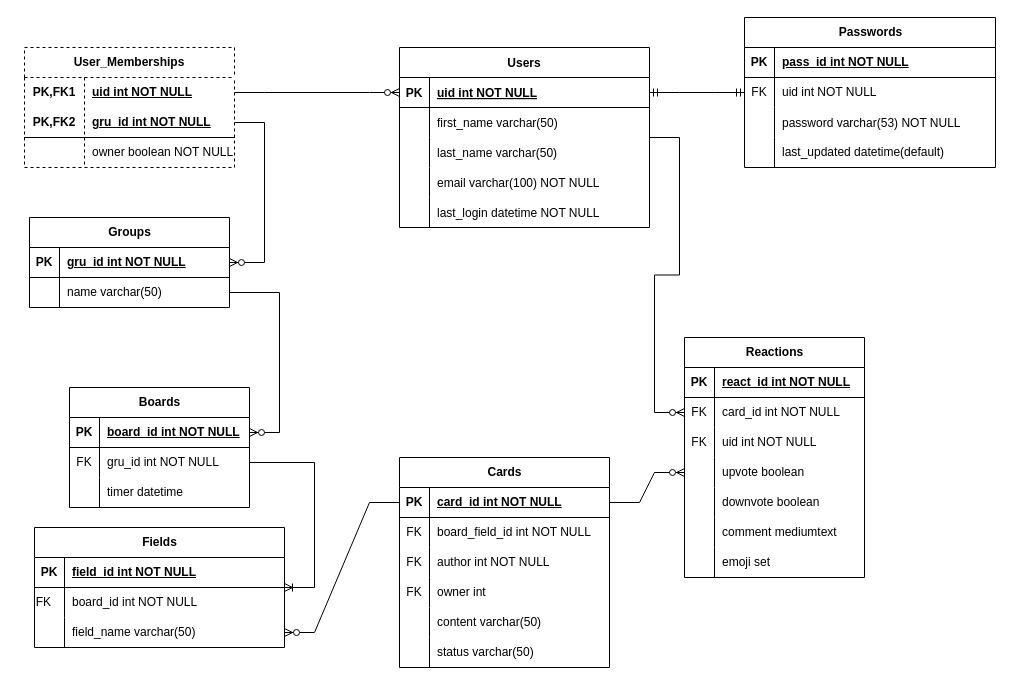
The draw.io diagram .diagrams/ERD_hindsite.drawio in Bilgecrank/hindsite, before the edit. Source tidied: cells renumbered, new cells numbered last; positions are measured from the earlier drawing's top-left corner, leaving out a move shared by most shapes. Both pictures are drawn from the tidied source at 100%, with x=0, y=0 at pixel (-181, 17).
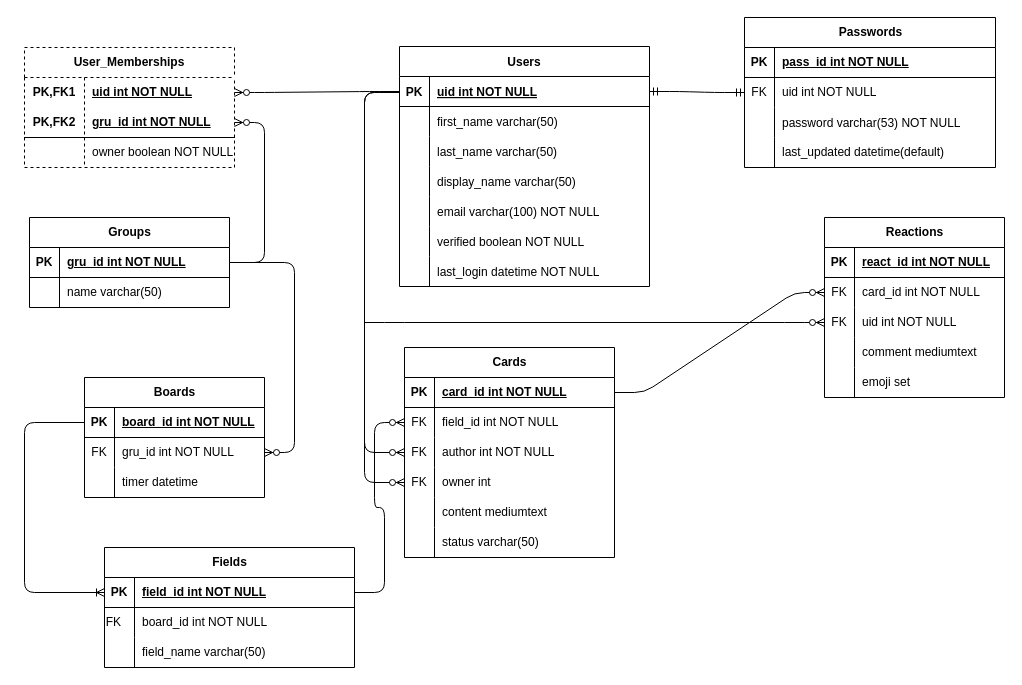
The same page after the edit.

The change refers to these unchanged cells:
```xml
<mxCell id="3" style="shape=partialRectangle;fillColor=none;points=[[0,0.5],[1,0.5]];portConstraint=eastwest;top=0;left=0;right=0;bottom=1;" parent="2" vertex="1">
  <mxGeometry y="30" width="250" height="30" as="geometry" />
</mxCell>
<mxCell id="19" style="shape=tableRow;horizontal=0;startSize=0;swimlaneHead=0;swimlaneBody=0;fillColor=none;points=[[0,0.5],[1,0.5]];portConstraint=eastwest;top=0;left=0;right=0;bottom=1;" parent="18" vertex="1">
  <mxGeometry y="30" width="200" height="30" as="geometry" />
</mxCell>
<mxCell id="22" style="shape=tableRow;horizontal=0;startSize=0;swimlaneHead=0;swimlaneBody=0;fillColor=none;points=[[0,0.5],[1,0.5]];portConstraint=eastwest;top=0;left=0;right=0;bottom=0;" parent="18" vertex="1">
  <mxGeometry y="60" width="200" height="30" as="geometry" />
</mxCell>
<mxCell id="27" value="Passwords" style="shape=table;startSize=30;childLayout=tableLayout;rowLines=0;fontStyle=1;align=center;html=1;" parent="1" vertex="1">
  <mxGeometry x="925" width="251" height="150" as="geometry" />
</mxCell>
<mxCell id="42" style="shape=tableRow;horizontal=0;startSize=0;swimlaneHead=0;swimlaneBody=0;fillColor=none;points=[[0,0.5],[1,0.5]];portConstraint=eastwest;top=0;left=0;right=0;bottom=0;html=1;" parent="41" vertex="1">
  <mxGeometry y="30" width="210" height="30" as="geometry" />
</mxCell>
<mxCell id="45" style="shape=tableRow;horizontal=0;startSize=0;swimlaneHead=0;swimlaneBody=0;fillColor=none;points=[[0,0.5],[1,0.5]];portConstraint=eastwest;top=0;left=0;right=0;bottom=1;html=1;" parent="41" vertex="1">
  <mxGeometry y="60" width="210" height="30" as="geometry" />
</mxCell>
<mxCell id="52" style="shape=tableRow;horizontal=0;startSize=0;swimlaneHead=0;swimlaneBody=0;fillColor=none;points=[[0,0.5],[1,0.5]];portConstraint=eastwest;top=0;left=0;right=0;bottom=1;" parent="51" vertex="1">
  <mxGeometry y="30" width="180" height="30" as="geometry" />
</mxCell>
<mxCell id="55" style="shape=tableRow;horizontal=0;startSize=0;swimlaneHead=0;swimlaneBody=0;fillColor=none;points=[[0,0.5],[1,0.5]];portConstraint=eastwest;top=0;left=0;right=0;bottom=0;" parent="51" vertex="1">
  <mxGeometry y="60" width="180" height="30" as="geometry" />
</mxCell>
<mxCell id="62" style="shape=tableRow;horizontal=0;startSize=0;swimlaneHead=0;swimlaneBody=0;fillColor=none;points=[[0,0.5],[1,0.5]];portConstraint=eastwest;top=0;left=0;right=0;bottom=1;" parent="61" vertex="1">
  <mxGeometry y="30" width="210" height="30" as="geometry" />
</mxCell>
<mxCell id="65" style="shape=tableRow;horizontal=0;startSize=0;swimlaneHead=0;swimlaneBody=0;fillColor=none;points=[[0,0.5],[1,0.5]];portConstraint=eastwest;top=0;left=0;right=0;bottom=0;" parent="61" vertex="1">
  <mxGeometry y="60" width="210" height="30" as="geometry" />
</mxCell>
<mxCell id="68" style="shape=tableRow;horizontal=0;startSize=0;swimlaneHead=0;swimlaneBody=0;fillColor=none;points=[[0,0.5],[1,0.5]];portConstraint=eastwest;top=0;left=0;right=0;bottom=0;" parent="61" vertex="1">
  <mxGeometry y="90" width="210" height="30" as="geometry" />
</mxCell>
<mxCell id="71" style="shape=tableRow;horizontal=0;startSize=0;swimlaneHead=0;swimlaneBody=0;fillColor=none;points=[[0,0.5],[1,0.5]];portConstraint=eastwest;top=0;left=0;right=0;bottom=0;" parent="61" vertex="1">
  <mxGeometry y="120" width="210" height="30" as="geometry" />
</mxCell>
<mxCell id="74" style="shape=tableRow;horizontal=0;startSize=0;swimlaneHead=0;swimlaneBody=0;fillColor=none;top=0;left=0;right=0;bottom=0;" parent="61" vertex="1">
  <mxGeometry y="150" width="210" height="30" as="geometry" />
</mxCell>
<mxCell id="81" style="shape=tableRow;horizontal=0;startSize=0;swimlaneHead=0;swimlaneBody=0;fillColor=none;points=[[0,0.5],[1,0.5]];portConstraint=eastwest;top=0;left=0;right=0;bottom=1;" parent="80" vertex="1">
  <mxGeometry y="30" width="250" height="30" as="geometry" />
</mxCell>
<mxCell id="87" style="shape=tableRow;horizontal=0;startSize=0;swimlaneHead=0;swimlaneBody=0;fillColor=none;points=[[0,0.5],[1,0.5]];portConstraint=eastwest;top=0;left=0;right=0;bottom=0;" parent="80" vertex="1">
  <mxGeometry y="90" width="250" height="30" as="geometry" />
</mxCell>
<mxCell id="97" style="shape=tableRow;horizontal=0;startSize=0;swimlaneHead=0;swimlaneBody=0;fillColor=none;points=[[0,0.5],[1,0.5]];portConstraint=eastwest;top=0;left=0;right=0;bottom=0;" parent="93" vertex="1">
  <mxGeometry y="60" width="180" height="30" as="geometry" />
</mxCell>
<mxCell id="100" style="shape=tableRow;horizontal=0;startSize=0;swimlaneHead=0;swimlaneBody=0;fillColor=none;points=[[0,0.5],[1,0.5]];portConstraint=eastwest;top=0;left=0;right=0;bottom=0;" parent="93" vertex="1">
  <mxGeometry y="90" width="180" height="30" as="geometry" />
</mxCell>
```

Change to the diagram source:
```diff
@@
     <mxCell id="2" value="Users" style="shape=table;startSize=30;childLayout=tableLayout;rowLines=0;fontStyle=1;align=center;" parent="1" vertex="1">
-      <mxGeometry x="580" y="30" width="250" height="180" as="geometry" />
+      <mxGeometry x="580" y="29" width="250" height="240" as="geometry" />
     </mxCell>
@@
+    <mxCell id="117" style="shape=partialRectangle;fillColor=none;top=0;left=0;right=0;bottom=0;" parent="2" vertex="1">
+      <mxGeometry y="120" width="250" height="30" as="geometry" />
+    </mxCell>
+    <mxCell id="118" style="shape=partialRectangle;overflow=hidden;fillColor=none;top=0;left=0;bottom=0;right=0;" parent="117" vertex="1">
+      <mxGeometry width="30" height="30" as="geometry" />
+    </mxCell>
+    <mxCell id="119" value="display_name varchar(50)" style="shape=partialRectangle;overflow=hidden;fillColor=none;top=0;left=0;bottom=0;right=0;align=left;spacingLeft=6;" parent="117" vertex="1">
+      <mxGeometry x="30" width="220" height="30" as="geometry" />
+    </mxCell>
     <mxCell id="12" style="shape=partialRectangle;fillColor=none;top=0;left=0;right=0;bottom=0;" parent="2" vertex="1">
-      <mxGeometry y="120" width="250" height="30" as="geometry" />
+      <mxGeometry y="150" width="250" height="30" as="geometry" />
     </mxCell>
@@
     <mxCell id="15" style="shape=partialRectangle;fillColor=none;top=0;left=0;right=0;bottom=0;" parent="2" vertex="1">
-      <mxGeometry y="150" width="250" height="30" as="geometry" />
+      <mxGeometry y="180" width="250" height="30" as="geometry" />
     </mxCell>
@@
-    <mxCell id="17" value="last_login datetime NOT NULL" style="shape=partialRectangle;overflow=hidden;fillColor=none;top=0;left=0;bottom=0;right=0;align=left;spacingLeft=6;" parent="15" vertex="1">
+    <mxCell id="17" value="verified boolean NOT NULL" style="shape=partialRectangle;overflow=hidden;fillColor=none;top=0;left=0;bottom=0;right=0;align=left;spacingLeft=6;" parent="15" vertex="1">
       <mxGeometry x="30" width="220" height="30" as="geometry" />
     </mxCell>
+    <mxCell id="120" style="shape=partialRectangle;fillColor=none;top=0;left=0;right=0;bottom=0;" parent="2" vertex="1">
+      <mxGeometry y="210" width="250" height="30" as="geometry" />
+    </mxCell>
+    <mxCell id="121" value="    " style="shape=partialRectangle;overflow=hidden;fillColor=none;top=0;left=0;bottom=0;right=0;" parent="120" vertex="1">
+      <mxGeometry width="30" height="30" as="geometry" />
+    </mxCell>
+    <mxCell id="122" value="last_login datetime NOT NULL" style="shape=partialRectangle;overflow=hidden;fillColor=none;top=0;left=0;bottom=0;right=0;align=left;spacingLeft=6;" parent="120" vertex="1">
+      <mxGeometry x="30" width="220" height="30" as="geometry" />
+    </mxCell>
@@
-    <mxCell id="25" style="edgeStyle=entityRelationEdgeStyle;fontSize=12;html=1;endArrow=ERzeroToMany;endFill=1;rounded=0;" parent="1" edge="1" source="42" target="3">
+    <mxCell id="25" style="edgeStyle=entityRelationEdgeStyle;fontSize=12;html=1;endArrow=ERzeroToMany;endFill=1;rounded=1;curved=0;" parent="1" edge="1" source="3" target="42">
       <mxGeometry relative="1" as="geometry">
         <Array as="points">
           <mxPoint x="517.8" y="345" />
           <mxPoint x="925" y="425" />
           <mxPoint x="237.8" y="360" />
           <mxPoint x="147.8" y="420" />
           <mxPoint x="127.8" y="420" />
           <mxPoint x="227.8" y="340" />
           <mxPoint x="247.8" y="310" />
         </Array>
       </mxGeometry>
     </mxCell>
-    <mxCell id="26" style="edgeStyle=entityRelationEdgeStyle;fontSize=12;html=1;endArrow=ERzeroToMany;endFill=1;rounded=0;" parent="1" edge="1" source="45" target="19">
+    <mxCell id="26" style="edgeStyle=entityRelationEdgeStyle;fontSize=12;html=1;endArrow=ERzeroToMany;endFill=1;rounded=1;curved=0;" parent="1" edge="1" source="19" target="45">
       <mxGeometry relative="1" as="geometry" />
     </mxCell>
@@
-    <mxCell id="40" style="edgeStyle=entityRelationEdgeStyle;fontSize=12;html=1;endArrow=ERmandOne;startArrow=ERmandOne;rounded=0;" parent="1" edge="1" source="3" target="27">
+    <mxCell id="40" style="edgeStyle=entityRelationEdgeStyle;fontSize=12;html=1;endArrow=ERmandOne;startArrow=ERmandOne;rounded=1;curved=0;" parent="1" edge="1" source="3" target="27">
       <mxGeometry relative="1" as="geometry">
         <Array as="points">
           <mxPoint x="885" y="40" />
           <mxPoint x="841" y="70" />
         </Array>
       </mxGeometry>
     </mxCell>
@@
     <mxCell id="51" value="Boards" style="shape=table;startSize=30;childLayout=tableLayout;rowLines=0;fontStyle=1;align=center;html=1;" parent="1" vertex="1">
-      <mxGeometry x="250" y="370" width="180" height="120" as="geometry" />
+      <mxGeometry x="265" y="360" width="180" height="120" as="geometry" />
     </mxCell>
@@
     <mxCell id="61" value="Cards" style="shape=table;startSize=30;childLayout=tableLayout;rowLines=0;fontStyle=1;align=center;html=1;" parent="1" vertex="1">
-      <mxGeometry x="580" y="440" width="210" height="210" as="geometry" />
+      <mxGeometry x="585" y="330" width="210" height="210" as="geometry" />
     </mxCell>
@@
-    <mxCell id="67" value="board_field_id int NOT NULL" style="shape=partialRectangle;fillColor=none;top=0;left=0;bottom=0;right=0;align=left;spacingLeft=6;fontStyle=0;overflow=hidden;whiteSpace=wrap;html=1;" parent="65" vertex="1">
+    <mxCell id="67" value="field_id int NOT NULL" style="shape=partialRectangle;fillColor=none;top=0;left=0;bottom=0;right=0;align=left;spacingLeft=6;fontStyle=0;overflow=hidden;whiteSpace=wrap;html=1;" parent="65" vertex="1">
       <mxGeometry x="30" width="180" height="30" as="geometry" />
     </mxCell>
@@
-    <mxCell id="76" value="content varchar(50)" style="shape=partialRectangle;fillColor=none;top=0;left=0;bottom=0;right=0;align=left;spacingLeft=6;fontStyle=0;overflow=hidden;whiteSpace=wrap;html=1;" parent="74" vertex="1">
+    <mxCell id="76" value="content mediumtext" style="shape=partialRectangle;fillColor=none;top=0;left=0;bottom=0;right=0;align=left;spacingLeft=6;fontStyle=0;overflow=hidden;whiteSpace=wrap;html=1;" parent="74" vertex="1">
       <mxGeometry x="30" width="180" height="30" as="geometry" />
     </mxCell>
@@
     <mxCell id="80" value="Fields" style="shape=table;startSize=30;childLayout=tableLayout;rowLines=0;fontStyle=1;align=center;html=1;" parent="1" vertex="1">
-      <mxGeometry x="215" y="510" width="250" height="120" as="geometry" />
+      <mxGeometry x="285" y="530" width="250" height="120" as="geometry" />
     </mxCell>
@@
-    <mxCell id="90" style="edgeStyle=entityRelationEdgeStyle;fontSize=12;html=1;endArrow=ERoneToMany;rounded=0;" parent="1" edge="1" source="55" target="80">
-      <mxGeometry relative="1" as="geometry">
-        <Array as="points">
-          <mxPoint x="685" y="500" />
-          <mxPoint x="445" y="470" />
-          <mxPoint x="605" y="500" />
-          <mxPoint x="695" y="470" />
-        </Array>
-      </mxGeometry>
-    </mxCell>
-    <mxCell id="91" style="edgeStyle=entityRelationEdgeStyle;fontSize=12;html=1;endArrow=ERzeroToMany;endFill=1;rounded=0;" parent="1" edge="1" source="22" target="52">
+    <mxCell id="91" style="edgeStyle=entityRelationEdgeStyle;fontSize=12;html=1;endArrow=ERzeroToMany;endFill=1;rounded=1;curved=0;" parent="1" edge="1" source="19" target="55">
       <mxGeometry relative="1" as="geometry">
         <Array as="points">
           <mxPoint y="360" />
           <mxPoint x="265" y="390" />
           <mxPoint x="220" y="380" />
           <mxPoint x="220" y="370" />
         </Array>
       </mxGeometry>
     </mxCell>
-    <mxCell id="92" style="edgeStyle=entityRelationEdgeStyle;fontSize=12;html=1;endArrow=ERzeroToMany;endFill=1;rounded=0;" parent="1" edge="1" source="62" target="87">
-      <mxGeometry relative="1" as="geometry" />
+    <mxCell id="92" style="edgeStyle=entityRelationEdgeStyle;fontSize=12;html=1;endArrow=ERzeroToMany;endFill=1;rounded=1;curved=0;" parent="1" edge="1" source="81" target="65">
+      <mxGeometry relative="1" as="geometry">
+        <Array as="points">
+          <mxPoint x="535" y="390" />
+        </Array>
+      </mxGeometry>
     </mxCell>
     <mxCell id="93" value="Reactions" style="shape=table;startSize=30;childLayout=tableLayout;rowLines=0;fontStyle=1;align=center;html=1;" parent="1" vertex="1">
-      <mxGeometry x="865" y="320" width="180" height="240" as="geometry" />
+      <mxGeometry x="1005" y="200" width="180" height="180" as="geometry" />
     </mxCell>
@@
-    <mxCell id="103" style="shape=tableRow;horizontal=0;startSize=0;swimlaneHead=0;swimlaneBody=0;fillColor=none;points=[[0,0.5],[1,0.5]];portConstraint=eastwest;top=0;left=0;right=0;bottom=0;" parent="93" vertex="1">
-      <mxGeometry y="120" width="180" height="30" as="geometry" />
-    </mxCell>
-    <mxCell id="104" style="shape=partialRectangle;fillColor=none;top=0;left=0;bottom=0;right=0;overflow=hidden;whiteSpace=wrap;html=1;" parent="103" vertex="1">
-      <mxGeometry width="30" height="30" as="geometry" />
-    </mxCell>
-    <mxCell id="105" value="upvote boolean" style="shape=partialRectangle;fillColor=none;top=0;left=0;bottom=0;right=0;align=left;spacingLeft=6;overflow=hidden;whiteSpace=wrap;html=1;" parent="103" vertex="1">
-      <mxGeometry x="30" width="150" height="30" as="geometry" />
-    </mxCell>
-    <mxCell id="106" style="shape=tableRow;horizontal=0;startSize=0;swimlaneHead=0;swimlaneBody=0;fillColor=none;top=0;left=0;right=0;bottom=0;" parent="93" vertex="1">
-      <mxGeometry y="150" width="180" height="30" as="geometry" />
-    </mxCell>
-    <mxCell id="107" style="shape=partialRectangle;fillColor=none;top=0;left=0;bottom=0;right=0;overflow=hidden;whiteSpace=wrap;html=1;" parent="106" vertex="1">
-      <mxGeometry width="30" height="30" as="geometry" />
-    </mxCell>
-    <mxCell id="108" value="downvote boolean" style="shape=partialRectangle;fillColor=none;top=0;left=0;bottom=0;right=0;align=left;spacingLeft=6;overflow=hidden;whiteSpace=wrap;html=1;" parent="106" vertex="1">
-      <mxGeometry x="30" width="150" height="30" as="geometry" />
-    </mxCell>
     <mxCell id="109" style="shape=tableRow;horizontal=0;startSize=0;swimlaneHead=0;swimlaneBody=0;fillColor=none;top=0;left=0;right=0;bottom=0;" parent="93" vertex="1">
-      <mxGeometry y="180" width="180" height="30" as="geometry" />
+      <mxGeometry y="120" width="180" height="30" as="geometry" />
     </mxCell>
@@
     <mxCell id="112" style="shape=tableRow;horizontal=0;startSize=0;swimlaneHead=0;swimlaneBody=0;fillColor=none;top=0;left=0;right=0;bottom=0;" parent="93" vertex="1">
-      <mxGeometry y="210" width="180" height="30" as="geometry" />
+      <mxGeometry y="150" width="180" height="30" as="geometry" />
     </mxCell>
@@
-    <mxCell id="115" style="edgeStyle=entityRelationEdgeStyle;fontSize=12;html=1;endArrow=ERzeroToMany;endFill=1;rounded=0;" parent="1" edge="1" source="2" target="97">
-      <mxGeometry relative="1" as="geometry" />
+    <mxCell id="115" style="edgeStyle=entityRelationEdgeStyle;fontSize=12;html=1;endArrow=ERzeroToMany;endFill=1;rounded=1;curved=0;" parent="1" edge="1" target="100">
+      <mxGeometry relative="1" as="geometry">
+        <mxPoint x="545" y="305" as="sourcePoint" />
+      </mxGeometry>
     </mxCell>
-    <mxCell id="116" style="edgeStyle=entityRelationEdgeStyle;fontSize=12;html=1;endArrow=ERzeroToMany;endFill=1;rounded=0;" parent="1" edge="1" source="62" target="103">
+    <mxCell id="116" style="edgeStyle=entityRelationEdgeStyle;fontSize=12;html=1;endArrow=ERzeroToMany;endFill=1;rounded=1;curved=0;" parent="1" edge="1" source="62" target="97">
       <mxGeometry relative="1" as="geometry" />
     </mxCell>
+    <mxCell id="90" style="edgeStyle=orthogonalEdgeStyle;fontSize=12;html=1;endArrow=ERoneToMany;rounded=1;strokeColor=default;entryDx=0;entryDy=0;entryX=0;entryY=0.5;exitX=0;exitY=0.5;exitDx=0;exitDy=0;" parent="1" edge="1" source="52" target="81">
+      <mxGeometry relative="1" as="geometry">
+        <Array as="points">
+          <mxPoint x="205" y="405" />
+          <mxPoint x="205" y="575" />
+        </Array>
+      </mxGeometry>
+    </mxCell>
+    <mxCell id="123" style="edgeStyle=orthogonalEdgeStyle;fontSize=12;html=1;endArrow=ERzeroToMany;endFill=1;rounded=1;" parent="1" edge="1" source="3" target="68">
+      <mxGeometry relative="1" as="geometry">
+        <Array as="points">
+          <mxPoint x="545" y="75" />
+          <mxPoint x="545" y="435" />
+        </Array>
+      </mxGeometry>
+    </mxCell>
+    <mxCell id="124" style="edgeStyle=orthogonalEdgeStyle;fontSize=12;html=1;endArrow=ERzeroToMany;endFill=1;rounded=1;entryX=0;entryY=0.5;entryDx=0;entryDy=0;exitX=0;exitY=0.5;exitDx=0;exitDy=0;" parent="1" edge="1" source="3" target="71">
+      <mxGeometry relative="1" as="geometry">
+        <Array as="points">
+          <mxPoint x="580" y="75" />
+          <mxPoint x="545" y="75" />
+          <mxPoint x="545" y="465" />
+        </Array>
+      </mxGeometry>
+    </mxCell>
```
